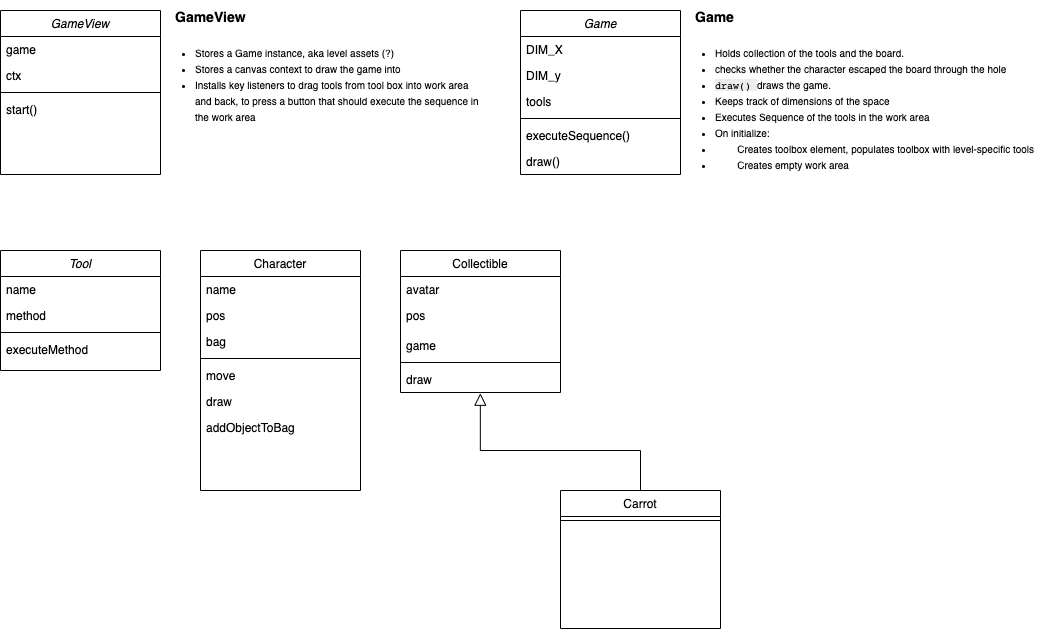
Before: design/who_stole_the_apple_class_structure.drawio.png, a diagram exported from draw.io (mariavaghani/who_stole_the_apple). Source tidied: cells renumbered, new cells last; positions are measured from the earlier drawing's top-left corner, leaving out a move shared by most shapes.
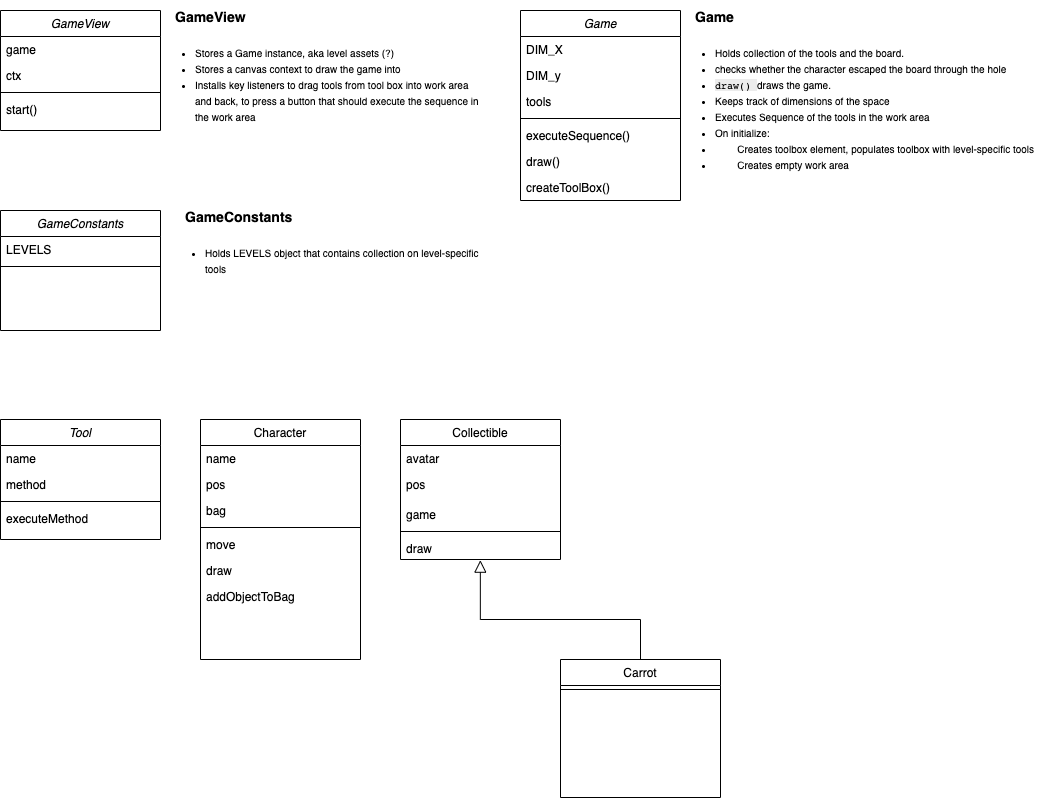
Later version of the same file.

Change to the diagram source:
```diff
@@ -3,7 +3,7 @@
     <mxCell id="0" />
     <mxCell id="1" parent="0" />
     <mxCell id="2" value="Character" style="swimlane;fontStyle=0;align=center;verticalAlign=top;horizontal=1;startSize=26;rounded=0;shadow=0;strokeWidth=1;" parent="1" vertex="1">
-      <mxGeometry x="200" y="240" width="160" height="240" as="geometry" />
+      <mxGeometry x="200" y="409" width="160" height="240" as="geometry" />
     </mxCell>
     <mxCell id="3" value="name" style="text;align=left;verticalAlign=top;spacingLeft=4;spacingRight=4;overflow=hidden;" parent="2" vertex="1">
       <mxGeometry y="26" width="160" height="26" as="geometry" />
@@ -27,7 +27,7 @@
       <mxGeometry y="164" width="160" height="26" as="geometry" />
     </mxCell>
     <mxCell id="10" value="Tool" style="swimlane;fontStyle=2;align=center;verticalAlign=top;horizontal=1;startSize=26;rounded=0;shadow=0;strokeWidth=1;" parent="1" vertex="1">
-      <mxGeometry y="240" width="160" height="120" as="geometry" />
+      <mxGeometry y="409" width="160" height="120" as="geometry" />
     </mxCell>
     <mxCell id="11" value="name" style="text;align=left;verticalAlign=top;spacingLeft=4;spacingRight=4;overflow=hidden;" parent="10" vertex="1">
       <mxGeometry y="26" width="160" height="26" as="geometry" />
@@ -42,7 +42,7 @@
       <mxGeometry y="86" width="160" height="26" as="geometry" />
     </mxCell>
     <mxCell id="15" value="Collectible" style="swimlane;fontStyle=0;align=center;verticalAlign=top;horizontal=1;startSize=26;rounded=0;shadow=0;strokeWidth=1;" parent="1" vertex="1">
-      <mxGeometry x="400" y="240" width="160" height="142" as="geometry" />
+      <mxGeometry x="400" y="409" width="160" height="140" as="geometry" />
     </mxCell>
     <mxCell id="16" value="avatar" style="text;align=left;verticalAlign=top;spacingLeft=4;spacingRight=4;overflow=hidden;" parent="15" vertex="1">
       <mxGeometry y="26" width="160" height="26" as="geometry" />
@@ -57,10 +57,10 @@
       <mxGeometry y="108" width="160" height="8" as="geometry" />
     </mxCell>
     <mxCell id="20" value="draw" style="text;align=left;verticalAlign=top;spacingLeft=4;spacingRight=4;overflow=hidden;points=[[0,0.5],[1,0.5]];portConstraint=eastwest;fontStyle=0;strokeColor=none;" parent="15" vertex="1">
-      <mxGeometry y="116" width="160" height="26" as="geometry" />
+      <mxGeometry y="116" width="160" height="24" as="geometry" />
     </mxCell>
     <mxCell id="21" value="Carrot" style="swimlane;fontStyle=0;align=center;verticalAlign=top;horizontal=1;startSize=26;rounded=0;shadow=0;strokeWidth=1;" parent="1" vertex="1">
-      <mxGeometry x="560" y="480" width="160" height="138" as="geometry" />
+      <mxGeometry x="560" y="649" width="160" height="138" as="geometry" />
     </mxCell>
     <mxCell id="22" style="line;html=1;strokeWidth=1;align=left;verticalAlign=middle;spacingTop=-1;spacingLeft=3;spacingRight=3;labelPosition=right;" parent="21" vertex="1">
       <mxGeometry y="26" width="160" height="8" as="geometry" />
@@ -68,12 +68,12 @@
     <mxCell id="23" style="endArrow=block;endSize=10;endFill=0;shadow=0;strokeWidth=1;rounded=0;edgeStyle=elbowEdgeStyle;elbow=vertical;exitX=0.5;exitY=0;exitDx=0;exitDy=0;entryX=0.499;entryY=1.028;entryDx=0;entryDy=0;entryPerimeter=0;" parent="1" edge="1" source="21" target="20">
       <mxGeometry relative="1" as="geometry">
         <Array as="points">
-          <mxPoint x="560" y="440" />
+          <mxPoint x="560" y="609" />
         </Array>
       </mxGeometry>
     </mxCell>
     <mxCell id="24" value="Game" style="swimlane;fontStyle=2;align=center;verticalAlign=top;horizontal=1;startSize=26;rounded=0;shadow=0;strokeWidth=1;" parent="1" vertex="1">
-      <mxGeometry x="520" width="160" height="164" as="geometry" />
+      <mxGeometry x="520" width="160" height="190" as="geometry" />
     </mxCell>
     <mxCell id="25" value="DIM_X" style="text;align=left;verticalAlign=top;spacingLeft=4;spacingRight=4;overflow=hidden;" parent="24" vertex="1">
       <mxGeometry y="26" width="160" height="26" as="geometry" />
@@ -93,11 +93,14 @@
     <mxCell id="30" value="draw()" style="text;align=left;verticalAlign=top;spacingLeft=4;spacingRight=4;overflow=hidden;" parent="24" vertex="1">
       <mxGeometry y="138" width="160" height="26" as="geometry" />
     </mxCell>
+    <mxCell id="38" value="createToolBox()" style="text;align=left;verticalAlign=top;spacingLeft=4;spacingRight=4;overflow=hidden;" parent="24" vertex="1">
+      <mxGeometry y="164" width="160" height="26" as="geometry" />
+    </mxCell>
     <mxCell id="31" value="&lt;h1 style=&quot;font-size: 14px&quot;&gt;&lt;font style=&quot;font-size: 14px&quot;&gt;Game&lt;/font&gt;&lt;/h1&gt;&lt;ul style=&quot;margin: 20px auto 40px ; padding: 0px 0px 0px 20px ; border: 0px ; outline: 0px ; font-stretch: inherit ; line-height: 1.6 ; vertical-align: baseline ; list-style-position: outside ; list-style-image: none ; max-width: 700px ; font-size: 10px&quot;&gt;&lt;li style=&quot;background-color: rgb(255 , 255 , 255)&quot;&gt;&lt;span style=&quot;font-size: 10px ; color: inherit ; font-family: inherit ; font-style: inherit ; background-color: rgb(255 , 255 , 255)&quot;&gt;Holds collection of the tools and the board.&lt;/span&gt;&lt;/li&gt;&lt;li style=&quot;background-color: rgb(255 , 255 , 255)&quot;&gt;checks whether the character escaped the board through the hole&lt;/li&gt;&lt;li&gt;&lt;span style=&quot;font-size: 10px ; color: inherit ; font-style: inherit ; background-color: rgba(0 , 0 , 0 , 0.075)&quot;&gt;&lt;font face=&quot;inconsolata, monospace&quot;&gt;draw()&amp;nbsp;&lt;/font&gt;&lt;/span&gt;&lt;span style=&quot;background-color: rgb(255 , 255 , 255) ; font-size: 10px ; color: inherit ; font-family: inherit ; font-style: inherit&quot;&gt;draws the game.&lt;/span&gt;&lt;/li&gt;&lt;li style=&quot;background-color: rgb(255 , 255 , 255)&quot;&gt;&lt;span style=&quot;font-size: 10px ; color: inherit ; font-family: inherit ; font-style: inherit ; background-color: rgb(255 , 255 , 255)&quot;&gt;Keeps track of dimensions of the space&lt;/span&gt;&lt;/li&gt;&lt;li style=&quot;background-color: rgb(255 , 255 , 255)&quot;&gt;&lt;span style=&quot;font-size: 10px ; color: inherit ; font-family: inherit ; font-style: inherit ; background-color: rgb(255 , 255 , 255)&quot;&gt;Executes Sequence of the tools in the work area&lt;/span&gt;&lt;/li&gt;&lt;li style=&quot;background-color: rgb(255 , 255 , 255)&quot;&gt;&lt;span style=&quot;font-size: 10px ; color: inherit ; font-family: inherit ; font-style: inherit ; background-color: rgb(255 , 255 , 255)&quot;&gt;On initialize:&lt;/span&gt;&lt;/li&gt;&lt;li style=&quot;background-color: rgb(255 , 255 , 255)&quot;&gt;&lt;span style=&quot;font-size: 10px ; color: inherit ; font-family: inherit ; font-style: inherit ; background-color: rgb(255 , 255 , 255)&quot;&gt;&lt;span style=&quot;white-space: pre&quot;&gt;&#9;&lt;/span&gt;Creates toolbox element, populates toolbox with level-specific tools&lt;br&gt;&lt;/span&gt;&lt;/li&gt;&lt;li style=&quot;background-color: rgb(255 , 255 , 255)&quot;&gt;&lt;span style=&quot;font-size: 10px ; color: inherit ; font-family: inherit ; font-style: inherit ; background-color: rgb(255 , 255 , 255)&quot;&gt;&lt;span style=&quot;white-space: pre&quot;&gt;&#9;&lt;/span&gt;Creates empty work area&lt;br&gt;&lt;/span&gt;&lt;/li&gt;&lt;/ul&gt;" style="text;html=1;strokeColor=none;fillColor=none;spacing=5;spacingTop=-20;whiteSpace=wrap;overflow=hidden;rounded=0;" parent="1" vertex="1">
       <mxGeometry x="690" width="350" height="190" as="geometry" />
     </mxCell>
     <mxCell id="32" value="GameView" style="swimlane;fontStyle=2;align=center;verticalAlign=top;horizontal=1;startSize=26;rounded=0;shadow=0;strokeWidth=1;" parent="1" vertex="1">
-      <mxGeometry width="160" height="164" as="geometry" />
+      <mxGeometry width="160" height="120" as="geometry" />
     </mxCell>
     <mxCell id="33" value="game" style="text;align=left;verticalAlign=top;spacingLeft=4;spacingRight=4;overflow=hidden;" parent="32" vertex="1">
       <mxGeometry y="26" width="160" height="26" as="geometry" />
@@ -112,7 +115,19 @@
       <mxGeometry y="86" width="160" height="26" as="geometry" />
     </mxCell>
     <mxCell id="37" value="&lt;h1 style=&quot;font-size: 14px&quot;&gt;&lt;font style=&quot;font-size: 14px&quot;&gt;GameView&lt;/font&gt;&lt;/h1&gt;&lt;ul style=&quot;margin: 20px auto 40px ; padding: 0px 0px 0px 20px ; border: 0px ; outline: 0px ; font-stretch: inherit ; line-height: 1.6 ; vertical-align: baseline ; list-style-position: outside ; list-style-image: none ; max-width: 700px ; font-size: 10px&quot;&gt;&lt;li style=&quot;background-color: rgb(255 , 255 , 255)&quot;&gt;&lt;span style=&quot;font-size: 10px ; color: inherit ; font-family: inherit ; font-style: inherit ; background-color: rgb(255 , 255 , 255)&quot;&gt;Stores a Game instance, aka level assets (?)&lt;/span&gt;&lt;/li&gt;&lt;li style=&quot;background-color: rgb(255 , 255 , 255)&quot;&gt;Stores a canvas context to draw the game into&lt;/li&gt;&lt;li style=&quot;background-color: rgb(255 , 255 , 255)&quot;&gt;Installs key listeners to drag tools from tool box into work area and back, to press a button that should execute the sequence in the work area&lt;/li&gt;&lt;/ul&gt;" style="text;html=1;strokeColor=none;fillColor=none;spacing=5;spacingTop=-20;whiteSpace=wrap;overflow=hidden;rounded=0;" parent="1" vertex="1">
-      <mxGeometry x="170" width="320" height="180" as="geometry" />
+      <mxGeometry x="170" width="320" height="130" as="geometry" />
     </mxCell>
+    <mxCell id="39" value="GameConstants" style="swimlane;fontStyle=2;align=center;verticalAlign=top;horizontal=1;startSize=26;rounded=0;shadow=0;strokeWidth=1;" parent="1" vertex="1">
+      <mxGeometry y="200" width="160" height="120" as="geometry" />
+    </mxCell>
+    <mxCell id="40" value="LEVELS" style="text;align=left;verticalAlign=top;spacingLeft=4;spacingRight=4;overflow=hidden;" parent="39" vertex="1">
+      <mxGeometry y="26" width="160" height="26" as="geometry" />
+    </mxCell>
+    <mxCell id="41" style="line;html=1;strokeWidth=1;align=left;verticalAlign=middle;spacingTop=-1;spacingLeft=3;spacingRight=3;labelPosition=right;" parent="39" vertex="1">
+      <mxGeometry y="52" width="160" height="8" as="geometry" />
+    </mxCell>
+    <mxCell id="42" value="&lt;h1 style=&quot;font-size: 14px&quot;&gt;&lt;font style=&quot;font-size: 14px&quot;&gt;GameConstants&lt;/font&gt;&lt;/h1&gt;&lt;ul style=&quot;margin: 20px auto 40px ; padding: 0px 0px 0px 20px ; border: 0px ; outline: 0px ; font-stretch: inherit ; line-height: 1.6 ; vertical-align: baseline ; list-style-position: outside ; list-style-image: none ; max-width: 700px ; font-size: 10px&quot;&gt;&lt;li style=&quot;background-color: rgb(255 , 255 , 255)&quot;&gt;Holds LEVELS object that contains collection on level-specific tools&lt;/li&gt;&lt;/ul&gt;" style="text;html=1;strokeColor=none;fillColor=none;spacing=5;spacingTop=-20;whiteSpace=wrap;overflow=hidden;rounded=0;" parent="1" vertex="1">
+      <mxGeometry x="180" y="200" width="320" height="80" as="geometry" />
+    </mxCell>
   </root>
 </mxGraphModel>
```
